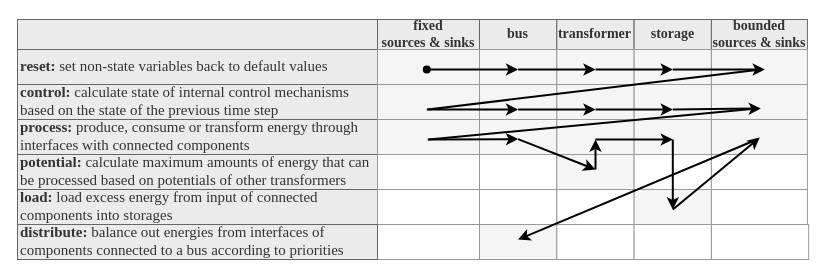
This is docs/fig/source_files/230515_base_OoO.drawio from QuaSi-Software/Documentation, a draw.io file, before an edit. Source tidied: cells renumbered, new cells numbered last; positions are measured from the earlier drawing's top-left corner, leaving out a move shared by most shapes. Both pictures are drawn from the tidied source at 100%, with x=0, y=0 at pixel (17, 19).
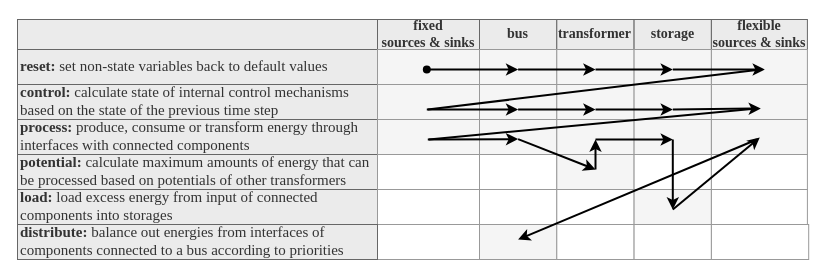
After the change.

Commit message (it also covers changes not shown here):
change "bounded" to "flexible" sources/sinks in ooo figure

Unchanged cells that the change refers to:
```xml
<mxCell id="7" style="group;fontColor=#333333;fontFamily=Times New Roman;fontSize=14;" parent="1" vertex="1">
  <mxGeometry x="230" width="560" height="230" as="geometry" />
</mxCell>
```

What changed in the source:
```diff
@@
-    <mxCell id="12" value="bounded sources &amp;amp; sinks" style="rounded=0;whiteSpace=wrap;html=1;shadow=0;glass=0;sketch=0;strokeColor=#666666;fontColor=#333333;fontStyle=1;fillColor=#ebebeb;fontFamily=Times New Roman;fontSize=14;" parent="7" vertex="1">
+    <mxCell id="12" value="flexible &lt;br&gt;sources &amp;amp; sinks" style="rounded=0;whiteSpace=wrap;html=1;shadow=0;glass=0;sketch=0;strokeColor=#666666;fontColor=#333333;fontStyle=1;fillColor=#ebebeb;fontFamily=Times New Roman;fontSize=14;" parent="7" vertex="1">
       <mxGeometry x="463.9" width="96" height="30" as="geometry" />
     </mxCell>
```
